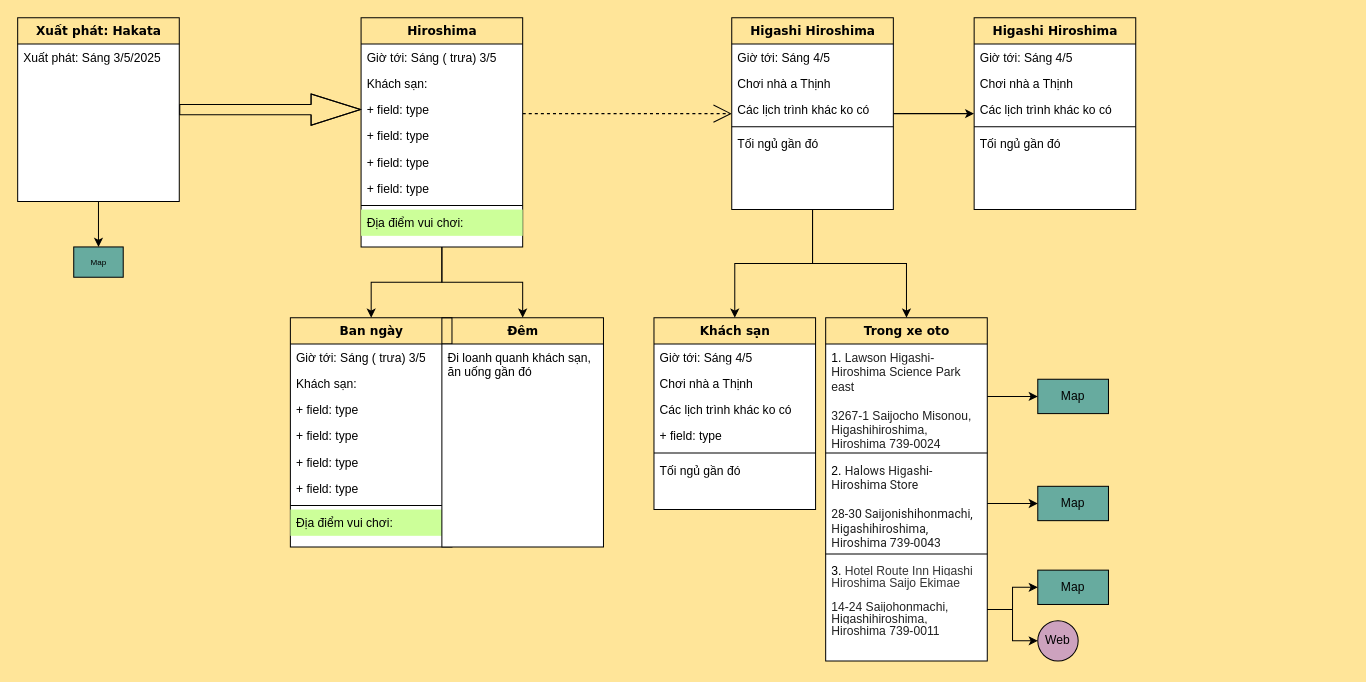
This is T5Hiroshima/Untitled Diagram.drawio from nnh92/Du-Lich, a draw.io file, before an edit. Source tidied: cells renumbered, new cells numbered last; positions are measured from the earlier drawing's top-left corner, leaving out a move shared by most shapes. Both pictures are drawn from the tidied source at 101%, with x=0, y=0 at pixel (17, 17).
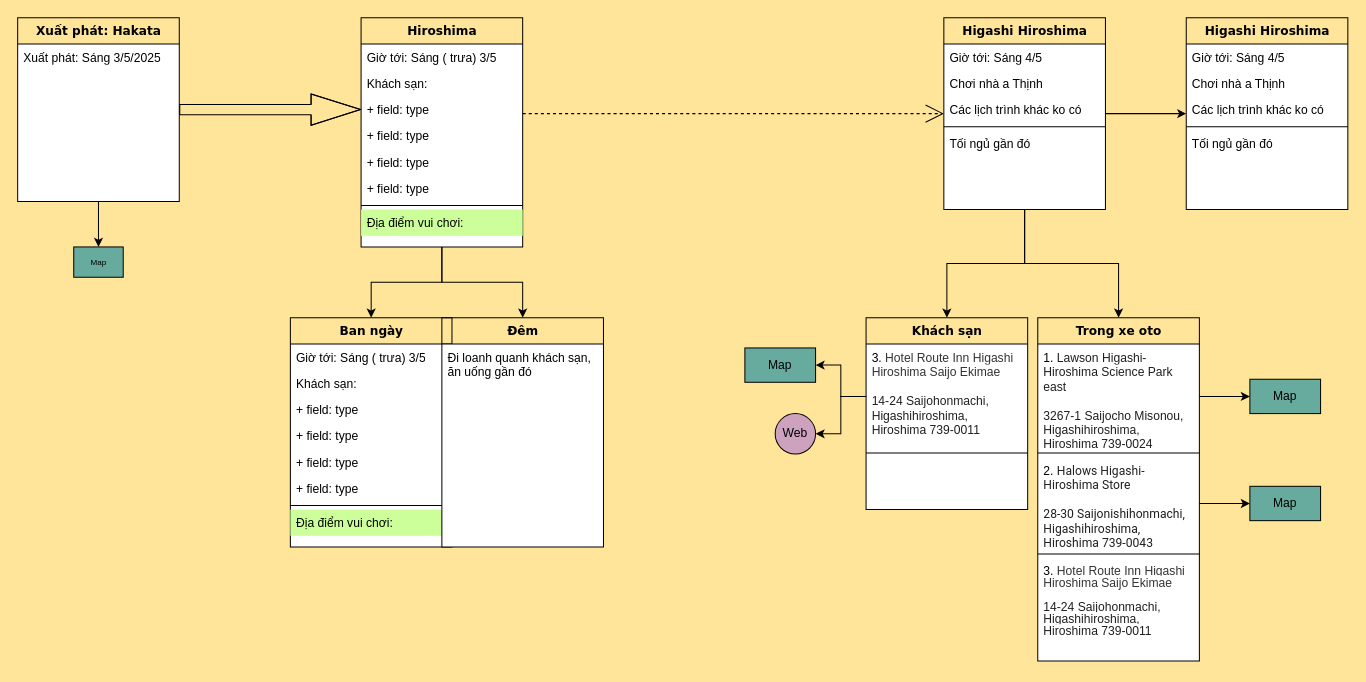
The same page after the edit.

The change refers to these unchanged cells:
```xml
<mxCell id="50" value="&lt;div style=&quot;line-height: 100%;&quot;&gt;&lt;font&gt;3.&amp;nbsp;&lt;/font&gt;&lt;span style=&quot;background-color: light-dark(rgb(255, 255, 255), rgb(18, 18, 18)); color: light-dark(rgb(51, 51, 51), rgb(193, 193, 193));&quot;&gt;Hotel Route Inn Higashi Hiroshima Saijo Ekimae&lt;/span&gt;&lt;div&gt;&lt;span style=&quot;background-color: rgb(255, 255, 255); color: rgb(31, 31, 31);&quot;&gt;&lt;font color=&quot;#1f1f1f&quot;&gt;&lt;br&gt;&lt;/font&gt;&lt;/span&gt;&lt;/div&gt;&lt;div&gt;&lt;span style=&quot;background-color: rgb(255, 255, 255); color: rgb(31, 31, 31);&quot;&gt;&lt;font color=&quot;#1f1f1f&quot;&gt;14-24 Saijohonmachi, Higashihiroshima, Hiroshima 739-0011&lt;/font&gt;&lt;/span&gt;&lt;/div&gt;&lt;/div&gt;" style="text;html=1;strokeColor=none;fillColor=none;align=left;verticalAlign=top;spacingLeft=4;spacingRight=4;whiteSpace=wrap;overflow=hidden;points=[[0,0.5],[1,0.5]];portConstraint=eastwest;" parent="45" vertex="1">
  <mxGeometry y="238" width="160" height="102" as="geometry" />
</mxCell>
```

The edit, as a diff of the source:
```diff
@@
     <mxCell id="20" value="Higashi Hiroshima" style="swimlane;html=1;fontStyle=1;align=center;verticalAlign=top;horizontal=1;startSize=26;swimlaneFillColor=#ffffff;rounded=0;shadow=0;comic=0;labelBackgroundColor=none;strokeWidth=1;fillColor=none;fontFamily=Verdana;fontSize=12;" parent="1" vertex="1">
-      <mxGeometry x="707" width="160" height="190" as="geometry" />
+      <mxGeometry x="917" width="160" height="190" as="geometry" />
     </mxCell>
@@
     <mxCell id="38" value="Khách sạn" style="swimlane;html=1;fontStyle=1;align=center;verticalAlign=top;horizontal=1;startSize=26;swimlaneFillColor=#ffffff;rounded=0;shadow=0;comic=0;labelBackgroundColor=none;strokeWidth=1;fillColor=none;fontFamily=Verdana;fontSize=12;" parent="1" vertex="1">
-      <mxGeometry x="630" y="297" width="160" height="190" as="geometry" />
+      <mxGeometry x="840" y="297" width="160" height="190" as="geometry" />
     </mxCell>
-    <mxCell id="39" value="Giờ tới: Sáng 4/5" style="text;html=1;strokeColor=none;fillColor=none;align=left;verticalAlign=top;spacingLeft=4;spacingRight=4;whiteSpace=wrap;overflow=hidden;points=[[0,0.5],[1,0.5]];portConstraint=eastwest;" parent="38" vertex="1">
-      <mxGeometry y="26" width="160" height="26" as="geometry" />
+    <mxCell id="39" value="3.&amp;nbsp;&lt;span style=&quot;background-color: light-dark(rgb(255, 255, 255), rgb(18, 18, 18)); color: light-dark(rgb(51, 51, 51), rgb(193, 193, 193));&quot;&gt;Hotel Route Inn Higashi Hiroshima Saijo Ekimae&lt;/span&gt;&lt;div&gt;&lt;span style=&quot;background-color: rgb(255, 255, 255); color: rgb(31, 31, 31);&quot;&gt;&lt;font&gt;&lt;br&gt;&lt;/font&gt;&lt;/span&gt;&lt;/div&gt;&lt;div&gt;&lt;span style=&quot;background-color: rgb(255, 255, 255); color: rgb(31, 31, 31);&quot;&gt;&lt;font&gt;14-24 Saijohonmachi, Higashihiroshima, Hiroshima 739-0011&lt;/font&gt;&lt;/span&gt;&lt;/div&gt;" style="text;html=1;strokeColor=none;fillColor=none;align=left;verticalAlign=top;spacingLeft=4;spacingRight=4;whiteSpace=wrap;overflow=hidden;points=[[0,0.5],[1,0.5]];portConstraint=eastwest;" parent="38" vertex="1">
+      <mxGeometry y="26" width="160" height="104" as="geometry" />
     </mxCell>
-    <mxCell id="40" value="Chơi nhà a Thịnh" style="text;html=1;strokeColor=none;fillColor=none;align=left;verticalAlign=top;spacingLeft=4;spacingRight=4;whiteSpace=wrap;overflow=hidden;" parent="38" vertex="1">
-      <mxGeometry y="52" width="160" height="26" as="geometry" />
-    </mxCell>
-    <mxCell id="41" value="Các lịch trình khác ko có" style="text;html=1;strokeColor=none;fillColor=none;align=left;verticalAlign=top;spacingLeft=4;spacingRight=4;whiteSpace=wrap;overflow=hidden;" parent="38" vertex="1">
-      <mxGeometry y="78" width="160" height="26" as="geometry" />
-    </mxCell>
-    <mxCell id="42" value="+ field: type" style="text;html=1;strokeColor=none;fillColor=none;align=left;verticalAlign=top;spacingLeft=4;spacingRight=4;whiteSpace=wrap;overflow=hidden;" parent="38" vertex="1">
-      <mxGeometry y="104" width="160" height="26" as="geometry" />
-    </mxCell>
@@
-    <mxCell id="44" value="Tối ngủ gần đó" style="text;html=1;strokeColor=none;fillColor=none;align=left;verticalAlign=top;spacingLeft=4;spacingRight=4;whiteSpace=wrap;overflow=hidden;" parent="38" vertex="1">
-      <mxGeometry y="138" width="160" height="26" as="geometry" />
-    </mxCell>
     <mxCell id="45" value="Trong xe oto" style="swimlane;html=1;fontStyle=1;align=center;verticalAlign=top;horizontal=1;startSize=26;swimlaneFillColor=#ffffff;rounded=0;shadow=0;comic=0;labelBackgroundColor=none;strokeWidth=1;fillColor=none;fontFamily=Verdana;fontSize=12;" parent="1" vertex="1">
-      <mxGeometry x="800" y="297" width="160" height="340" as="geometry" />
+      <mxGeometry x="1010" y="297" width="160" height="340" as="geometry" />
     </mxCell>
@@
     <mxCell id="51" value="Higashi Hiroshima" style="swimlane;html=1;fontStyle=1;align=center;verticalAlign=top;horizontal=1;startSize=26;swimlaneFillColor=#ffffff;rounded=0;shadow=0;comic=0;labelBackgroundColor=none;strokeWidth=1;fillColor=none;fontFamily=Verdana;fontSize=12;" parent="1" vertex="1">
-      <mxGeometry x="947" width="160" height="190" as="geometry" />
+      <mxGeometry x="1157" width="160" height="190" as="geometry" />
     </mxCell>
@@
     <mxCell id="58" value="Map" style="rounded=0;whiteSpace=wrap;html=1;fillColor=#67AB9F;" parent="1" vertex="1">
-      <mxGeometry x="1010" y="358" width="70" height="34" as="geometry" />
+      <mxGeometry x="1220" y="358" width="70" height="34" as="geometry" />
     </mxCell>
@@
     <mxCell id="60" value="Map" style="rounded=0;whiteSpace=wrap;html=1;fillColor=#67AB9F;" parent="1" vertex="1">
-      <mxGeometry x="1010" y="464" width="70" height="34" as="geometry" />
+      <mxGeometry x="1220" y="464" width="70" height="34" as="geometry" />
     </mxCell>
@@
     <mxCell id="62" value="Map" style="rounded=0;whiteSpace=wrap;html=1;fillColor=#67AB9F;" parent="1" vertex="1">
-      <mxGeometry x="1010" y="547" width="70" height="34" as="geometry" />
+      <mxGeometry x="720" y="327" width="70" height="34" as="geometry" />
     </mxCell>
-    <mxCell id="63" style="edgeStyle=orthogonalEdgeStyle;rounded=0;jettySize=auto;html=1;exitX=1;exitY=0.5;exitDx=0;exitDy=0;entryX=0;entryY=0.5;entryDx=0;entryDy=0;" parent="1" edge="1" source="50" target="62">
+    <mxCell id="63" style="edgeStyle=orthogonalEdgeStyle;rounded=0;jettySize=auto;html=1;exitX=0;exitY=0.5;exitDx=0;exitDy=0;entryX=1;entryY=0.5;entryDx=0;entryDy=0;" parent="1" edge="1" source="39" target="62">
       <mxGeometry relative="1" as="geometry" />
     </mxCell>
     <mxCell id="64" value="Web" style="ellipse;whiteSpace=wrap;html=1;fillColor=#CDA2BE;" parent="1" vertex="1">
-      <mxGeometry x="1010" y="597" width="40" height="40" as="geometry" />
+      <mxGeometry x="750" y="392" width="40" height="40" as="geometry" />
     </mxCell>
-    <mxCell id="65" style="edgeStyle=orthogonalEdgeStyle;rounded=0;jettySize=auto;html=1;exitX=1;exitY=0.5;exitDx=0;exitDy=0;entryX=0;entryY=0.5;entryDx=0;entryDy=0;" parent="1" edge="1" source="50" target="64">
+    <mxCell id="65" style="edgeStyle=orthogonalEdgeStyle;rounded=0;jettySize=auto;html=1;exitX=0;exitY=0.5;exitDx=0;exitDy=0;entryX=1;entryY=0.5;entryDx=0;entryDy=0;" parent="1" edge="1" source="39" target="64">
       <mxGeometry relative="1" as="geometry" />
     </mxCell>
```
